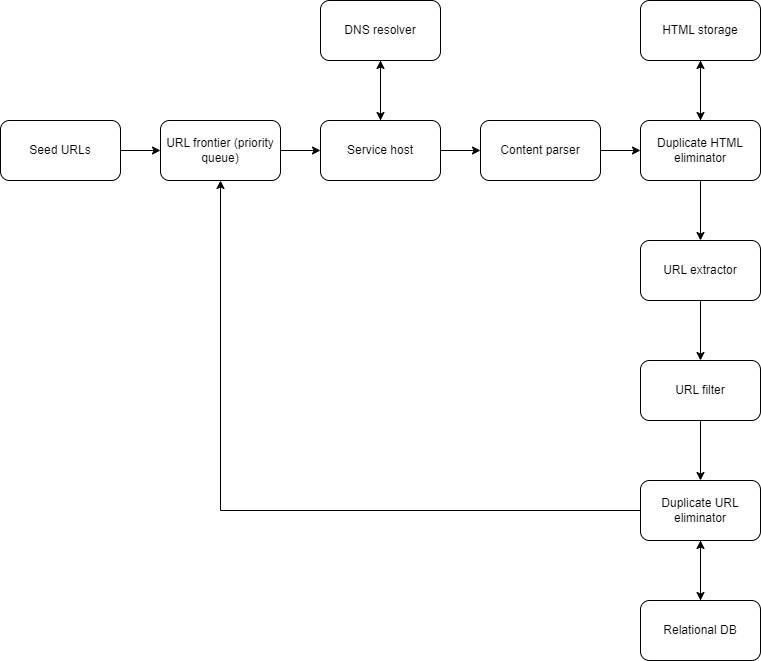
This is img/system-design/web-crawler1.png from riehseun/riehseun.github.io, a draw.io export, as it was before one commit. Source tidied: cells renumbered, new cells last; positions are measured from the earlier drawing's top-left corner, leaving out a move shared by most shapes.
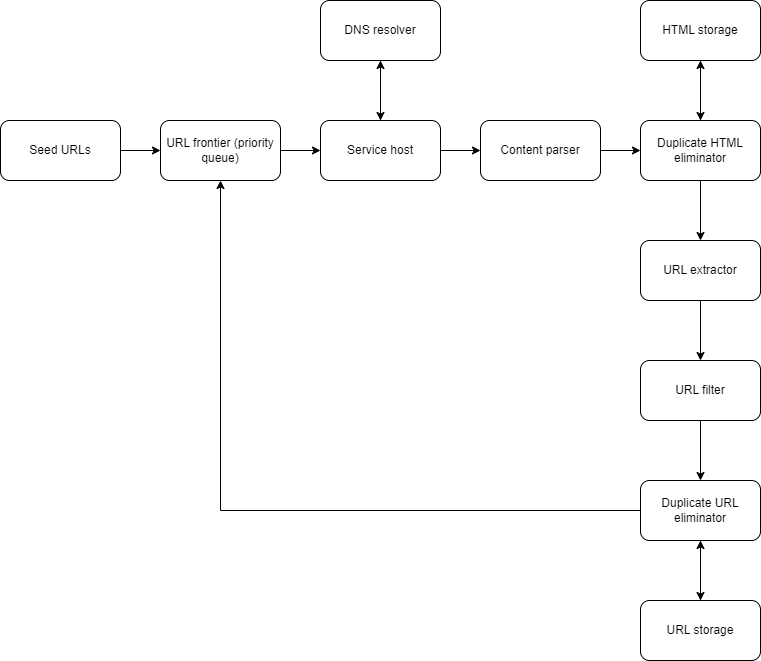
After the commit.

Change to the diagram source:
```diff
@@ -74,7 +74,7 @@
     <mxCell id="25" style="edgeStyle=orthogonalEdgeStyle;rounded=0;jettySize=auto;html=1;exitX=0.5;exitY=0;exitDx=0;exitDy=0;entryX=0.5;entryY=1;entryDx=0;entryDy=0;" parent="1" edge="1" source="26" target="22">
       <mxGeometry relative="1" as="geometry" />
     </mxCell>
-    <mxCell id="26" value="Relational DB" style="rounded=1;whiteSpace=wrap;html=1;" parent="1" vertex="1">
+    <mxCell id="26" value="URL storage" style="rounded=1;whiteSpace=wrap;html=1;" parent="1" vertex="1">
       <mxGeometry x="640" y="600" width="120" height="60" as="geometry" />
     </mxCell>
   </root>
```
